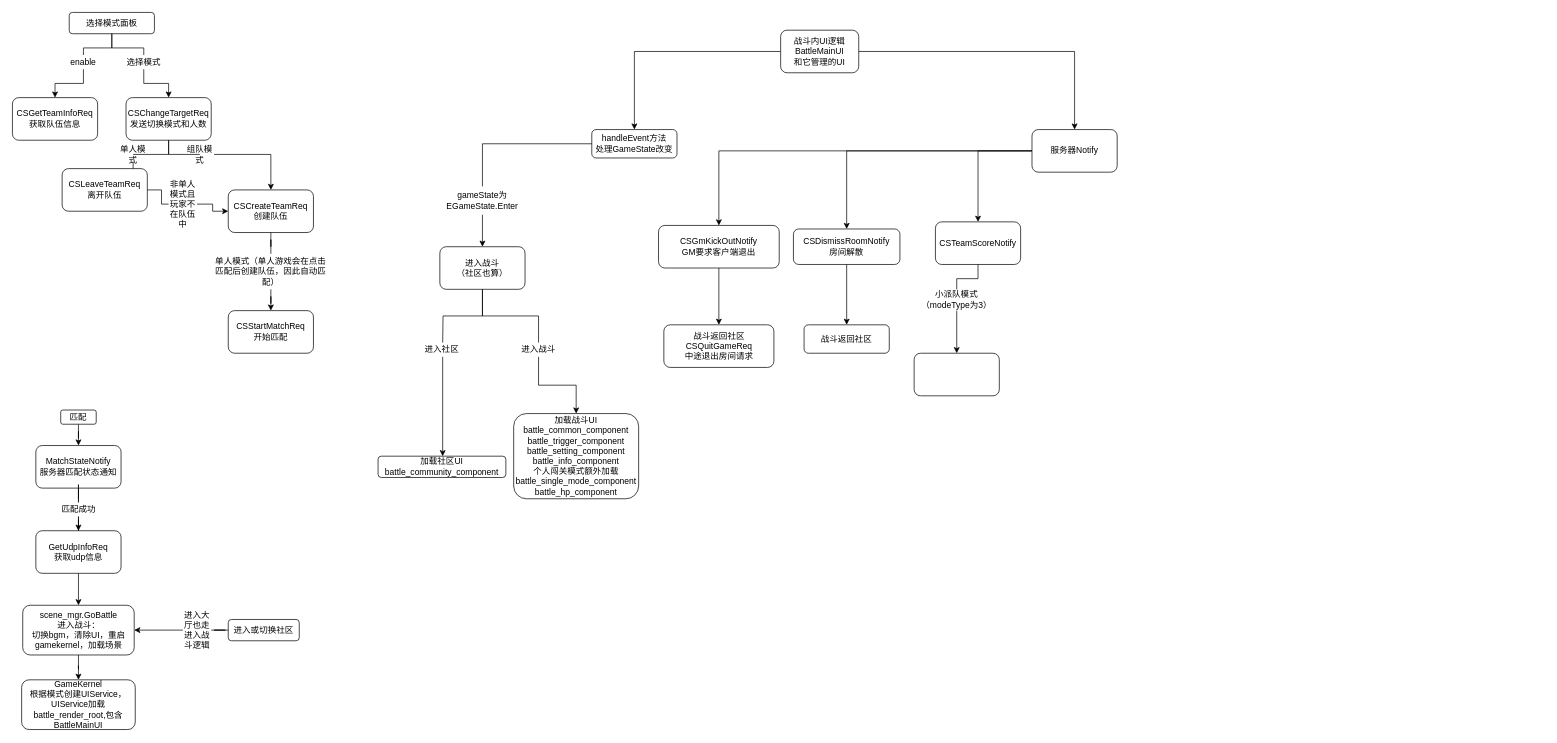
The draw.io diagram Untitled Diagram.drawio in ultramanseven/1185441734, before the edit. Source tidied: cells renumbered, new cells numbered last; positions are measured from the earlier drawing's top-left corner, leaving out a move shared by most shapes. Both pictures are drawn from the tidied source at 71%, with x=0, y=0 at pixel (12, 12).
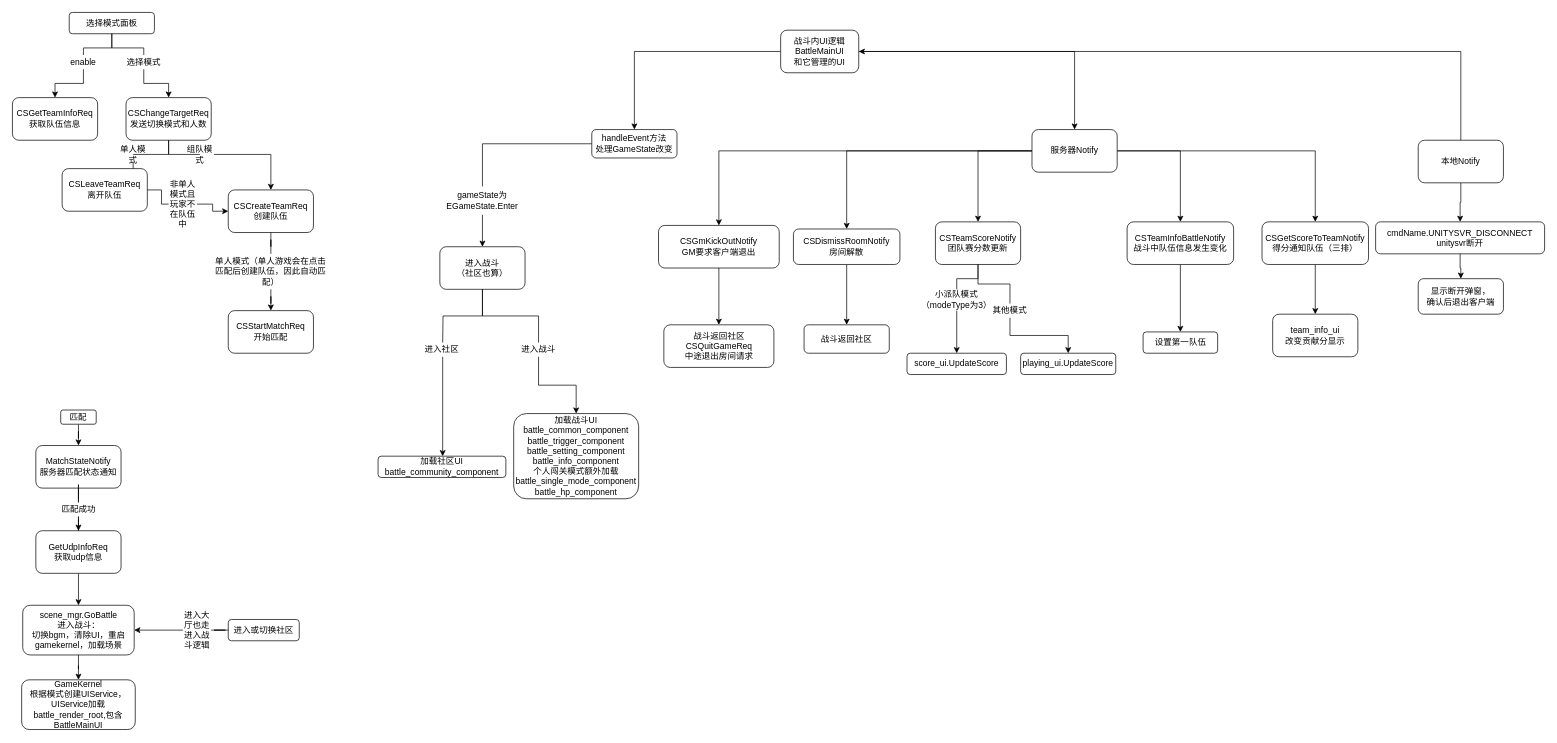
The same page after the edit.

Unchanged cells that the change refers to:
```xml
<mxCell id="45" value="战斗内UI逻辑&lt;br&gt;BattleMainUI&lt;br&gt;和它管理的UI" style="rounded=1;whiteSpace=wrap;html=1;" parent="1" vertex="1">
  <mxGeometry x="1082" y="25" width="110" height="60" as="geometry" />
</mxCell>
<mxCell id="51" value="&lt;span&gt;服务器Notify&lt;/span&gt;" style="rounded=1;whiteSpace=wrap;html=1;" parent="1" vertex="1">
  <mxGeometry x="1436" y="165" width="120" height="60" as="geometry" />
</mxCell>
```

What changed in the source:
```diff
@@
+    <mxCell id="72" style="edgeStyle=orthogonalEdgeStyle;rounded=0;jettySize=auto;html=1;entryX=0.5;entryY=0;entryDx=0;entryDy=0;" parent="1" edge="1" source="51" target="80">
+      <mxGeometry relative="1" as="geometry" />
+    </mxCell>
+    <mxCell id="73" style="edgeStyle=orthogonalEdgeStyle;rounded=0;jettySize=auto;html=1;exitX=1;exitY=0.5;exitDx=0;exitDy=0;entryX=0.5;entryY=0;entryDx=0;entryDy=0;" parent="1" edge="1" source="51" target="83">
+      <mxGeometry relative="1" as="geometry" />
+    </mxCell>
@@
+    <mxCell id="74" style="edgeStyle=orthogonalEdgeStyle;rounded=0;jettySize=auto;html=1;startArrow=none;" parent="1" edge="1" source="76" target="75">
+      <mxGeometry relative="1" as="geometry" />
+    </mxCell>
-    <mxCell id="68" value="CSTeamScoreNotify" style="rounded=1;whiteSpace=wrap;html=1;" parent="1" vertex="1">
+    <mxCell id="68" value="CSTeamScoreNotify&lt;br&gt;团队赛分数更新" style="rounded=1;whiteSpace=wrap;html=1;" parent="1" vertex="1">
       <mxGeometry x="1300" y="295" width="120" height="60" as="geometry" />
     </mxCell>
-    <mxCell id="69" style="rounded=1;whiteSpace=wrap;html=1;" parent="1" vertex="1">
-      <mxGeometry x="1270" y="480" width="120" height="60" as="geometry" />
+    <mxCell id="69" value="score_ui.UpdateScore" style="rounded=1;whiteSpace=wrap;html=1;" parent="1" vertex="1">
+      <mxGeometry x="1260" y="480" width="140" height="30" as="geometry" />
     </mxCell>
@@
+    <mxCell id="75" value="playing_ui.UpdateScore" style="rounded=1;whiteSpace=wrap;html=1;" parent="1" vertex="1">
+      <mxGeometry x="1420" y="480" width="134" height="30" as="geometry" />
+    </mxCell>
+    <mxCell id="76" value="其他模式" style="text;html=1;strokeColor=none;fillColor=none;align=center;verticalAlign=middle;whiteSpace=wrap;rounded=0;" parent="1" vertex="1">
+      <mxGeometry x="1380" y="410" width="50" height="20" as="geometry" />
+    </mxCell>
+    <mxCell id="77" style="edgeStyle=orthogonalEdgeStyle;rounded=0;jettySize=auto;html=1;endArrow=none;" parent="1" edge="1" source="68" target="76">
+      <mxGeometry relative="1" as="geometry" />
+    </mxCell>
+    <mxCell id="78" style="edgeStyle=orthogonalEdgeStyle;rounded=0;orthogonalLoop=1;jettySize=auto;html=1;exitX=0.5;exitY=1;exitDx=0;exitDy=0;" parent="1" edge="1" source="75" target="75">
+      <mxGeometry relative="1" as="geometry" />
+    </mxCell>
+    <mxCell id="79" style="edgeStyle=orthogonalEdgeStyle;rounded=0;jettySize=auto;html=1;" parent="1" edge="1" source="80" target="81">
+      <mxGeometry relative="1" as="geometry" />
+    </mxCell>
+    <mxCell id="80" value="CSTeamInfoBattleNotify&lt;br&gt;战斗中队伍信息发生变化" style="rounded=1;whiteSpace=wrap;html=1;" parent="1" vertex="1">
+      <mxGeometry x="1570" y="295" width="150" height="60" as="geometry" />
+    </mxCell>
+    <mxCell id="81" value="设置第一队伍" style="rounded=1;whiteSpace=wrap;html=1;" parent="1" vertex="1">
+      <mxGeometry x="1592.5" y="450" width="105" height="30" as="geometry" />
+    </mxCell>
+    <mxCell id="82" style="edgeStyle=orthogonalEdgeStyle;rounded=0;jettySize=auto;html=1;entryX=0.5;entryY=0;entryDx=0;entryDy=0;" parent="1" edge="1" source="83" target="84">
+      <mxGeometry relative="1" as="geometry" />
+    </mxCell>
+    <mxCell id="83" value="CSGetScoreToTeamNotify&lt;br&gt;得分通知队伍（三排）" style="rounded=1;whiteSpace=wrap;html=1;" parent="1" vertex="1">
+      <mxGeometry x="1760" y="295" width="150" height="60" as="geometry" />
+    </mxCell>
+    <mxCell id="84" value="team_info_ui&lt;br&gt;改变贡献分显示" style="rounded=1;whiteSpace=wrap;html=1;" parent="1" vertex="1">
+      <mxGeometry x="1775" y="425" width="120" height="60" as="geometry" />
+    </mxCell>
+    <mxCell id="85" style="edgeStyle=orthogonalEdgeStyle;rounded=0;jettySize=auto;html=1;exitX=0.5;exitY=0;exitDx=0;exitDy=0;entryX=1;entryY=0.5;entryDx=0;entryDy=0;" parent="1" edge="1" source="87" target="45">
+      <mxGeometry relative="1" as="geometry" />
+    </mxCell>
+    <mxCell id="86" style="edgeStyle=orthogonalEdgeStyle;rounded=0;jettySize=auto;html=1;" parent="1" edge="1" source="87" target="89">
+      <mxGeometry relative="1" as="geometry" />
+    </mxCell>
+    <mxCell id="87" value="本地Notify" style="rounded=1;whiteSpace=wrap;html=1;" parent="1" vertex="1">
+      <mxGeometry x="1980" y="180" width="120" height="60" as="geometry" />
+    </mxCell>
+    <mxCell id="88" style="edgeStyle=orthogonalEdgeStyle;rounded=0;jettySize=auto;html=1;entryX=0.5;entryY=0;entryDx=0;entryDy=0;" parent="1" edge="1" source="89" target="90">
+      <mxGeometry relative="1" as="geometry" />
+    </mxCell>
+    <mxCell id="89" value="cmdName.UNITYSVR_DISCONNECT&lt;br&gt;unitysvr断开" style="rounded=1;whiteSpace=wrap;html=1;" parent="1" vertex="1">
+      <mxGeometry x="1920" y="295" width="238" height="45" as="geometry" />
+    </mxCell>
+    <mxCell id="90" value="显示断开弹窗，&lt;br&gt;确认后退出客户端" style="rounded=1;whiteSpace=wrap;html=1;" parent="1" vertex="1">
+      <mxGeometry x="1980" y="375" width="120" height="50" as="geometry" />
+    </mxCell>
```
